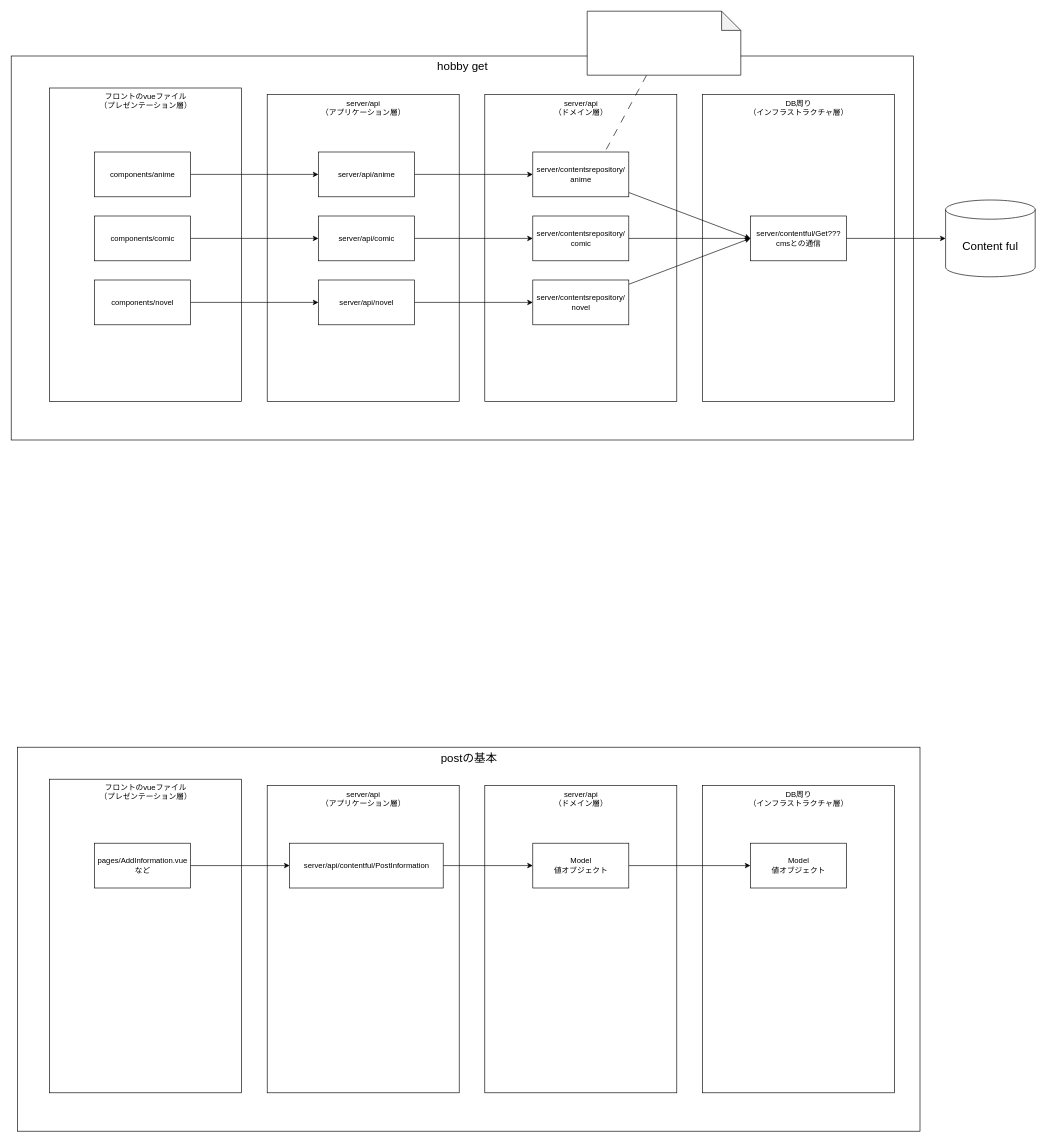
The draw.io diagram page "ページ1" (1 of 2) of docs/diagram.drawio in motoo1789/HP_Nuxt3, before the edit. Source tidied: cells renumbered, new cells numbered last; positions are measured from the earlier drawing's top-left corner, leaving out a move shared by most shapes. Both pictures are drawn from the tidied source at 64%, with x=0, y=0 at pixel (11, 11).
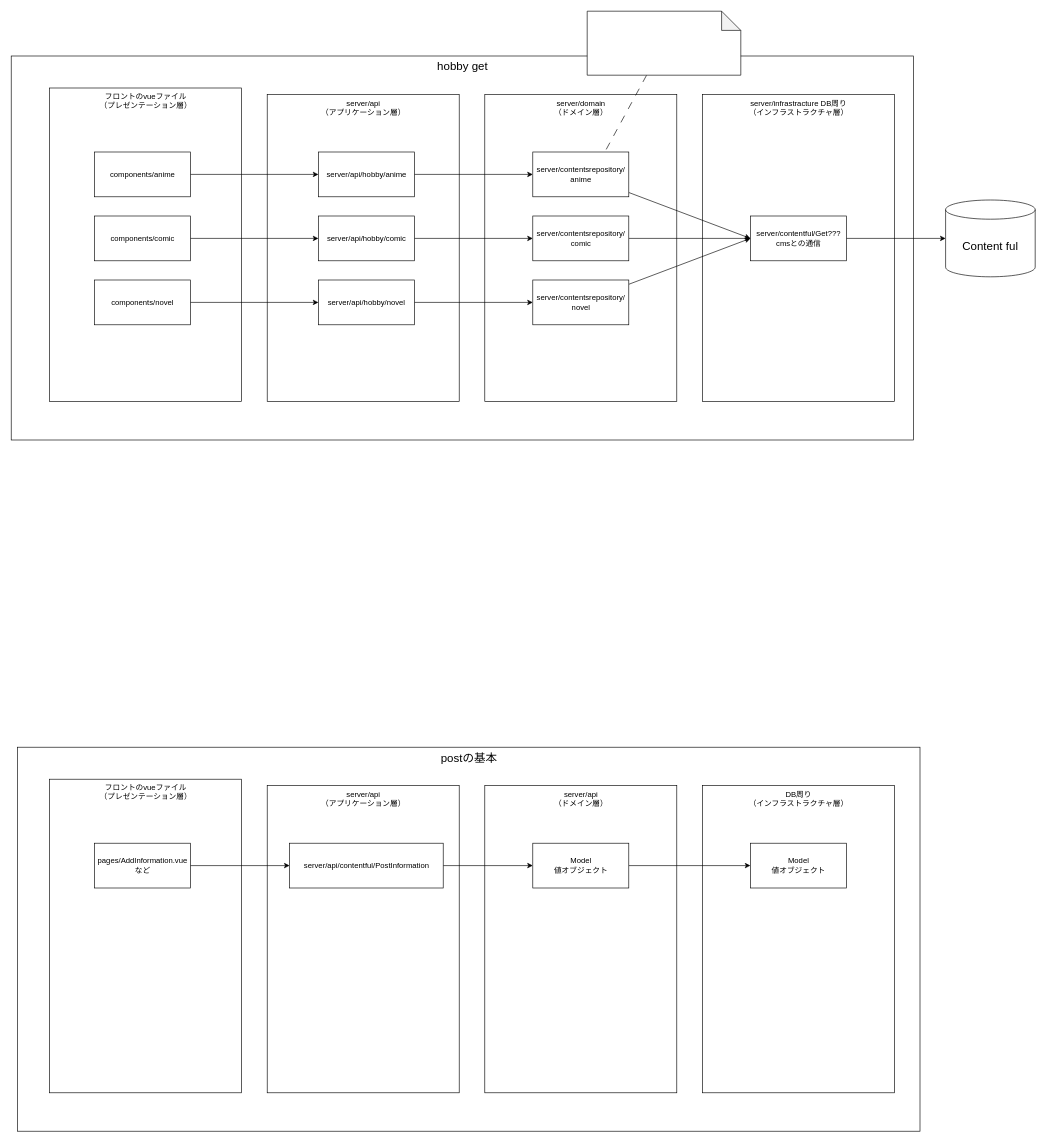
The same page after the edit.

What changed in the source:
```diff
@@
-    <mxCell id="6" value="server/api&lt;br&gt;（ドメイン層）" style="html=1;verticalAlign=top;" parent="1" vertex="1">
+    <mxCell id="6" value="server/domain&lt;br&gt;（ドメイン層）" style="html=1;verticalAlign=top;" parent="1" vertex="1">
       <mxGeometry x="740" y="130" width="300" height="480" as="geometry" />
     </mxCell>
-    <mxCell id="7" value="DB周り&lt;br&gt;（インフラストラクチャ層）" style="html=1;verticalAlign=top;" parent="1" vertex="1">
+    <mxCell id="7" value="server/infrastracture DB周り&lt;br&gt;（インフラストラクチャ層）" style="html=1;verticalAlign=top;" parent="1" vertex="1">
       <mxGeometry x="1080" y="130" width="300" height="480" as="geometry" />
     </mxCell>
@@
-    <mxCell id="11" value="server/api/anime" style="html=1;" parent="1" vertex="1">
+    <mxCell id="11" value="server/api/hobby/anime" style="html=1;" parent="1" vertex="1">
       <mxGeometry x="480" y="220" width="150" height="70" as="geometry" />
     </mxCell>
@@
-    <mxCell id="13" value="server/api/comic" style="html=1;" parent="1" vertex="1">
+    <mxCell id="13" value="server/api/hobby/comic" style="html=1;" parent="1" vertex="1">
       <mxGeometry x="480" y="320" width="150" height="70" as="geometry" />
     </mxCell>
@@
-    <mxCell id="15" value="server/api/novel" style="html=1;" parent="1" vertex="1">
+    <mxCell id="15" value="server/api/hobby/novel" style="html=1;" parent="1" vertex="1">
       <mxGeometry x="480" y="420" width="150" height="70" as="geometry" />
     </mxCell>
```
